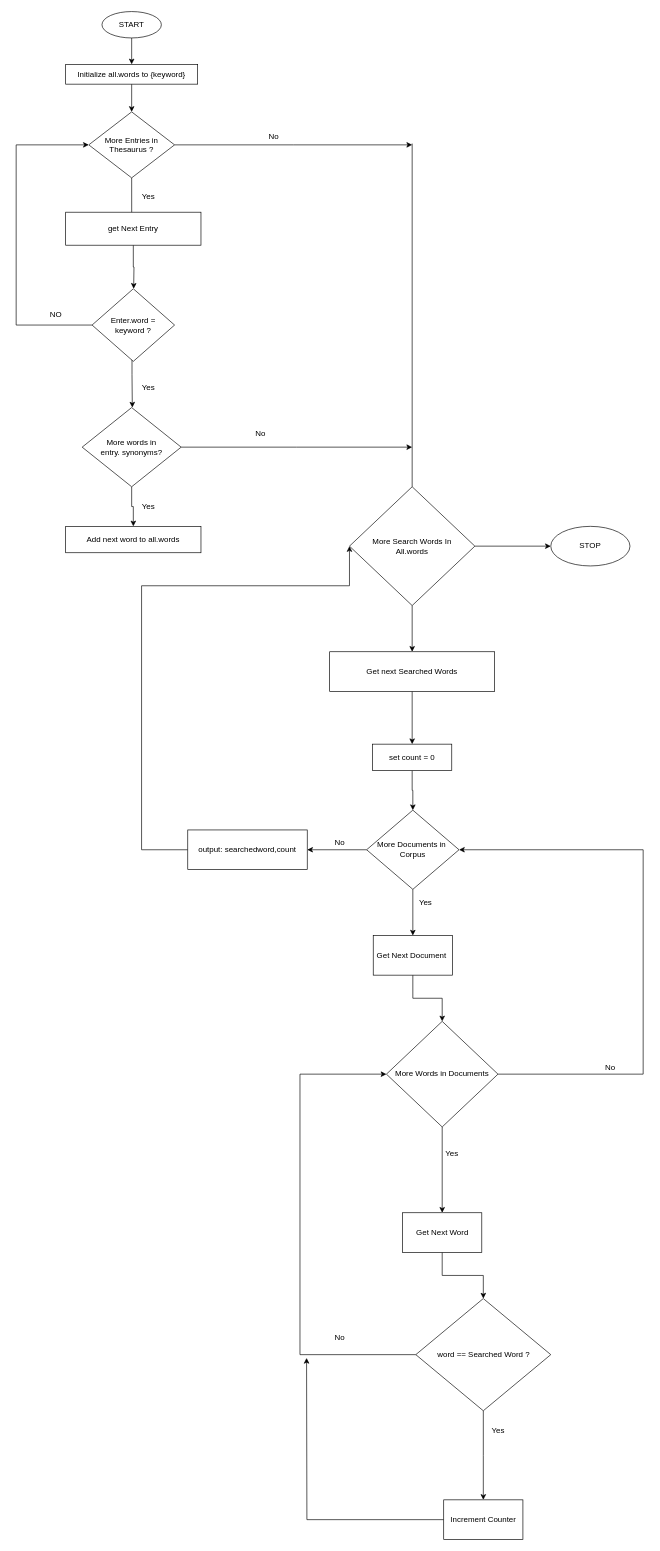
Above: Algo.drawio in KushKD/draw_io (draw.io), before the change. Source tidied: cells renumbered, new cells numbered last; positions are measured from the earlier drawing's top-left corner, leaving out a move shared by most shapes. Both pictures are drawn from the tidied source at 66%, with x=0, y=0 at pixel (16, 11).
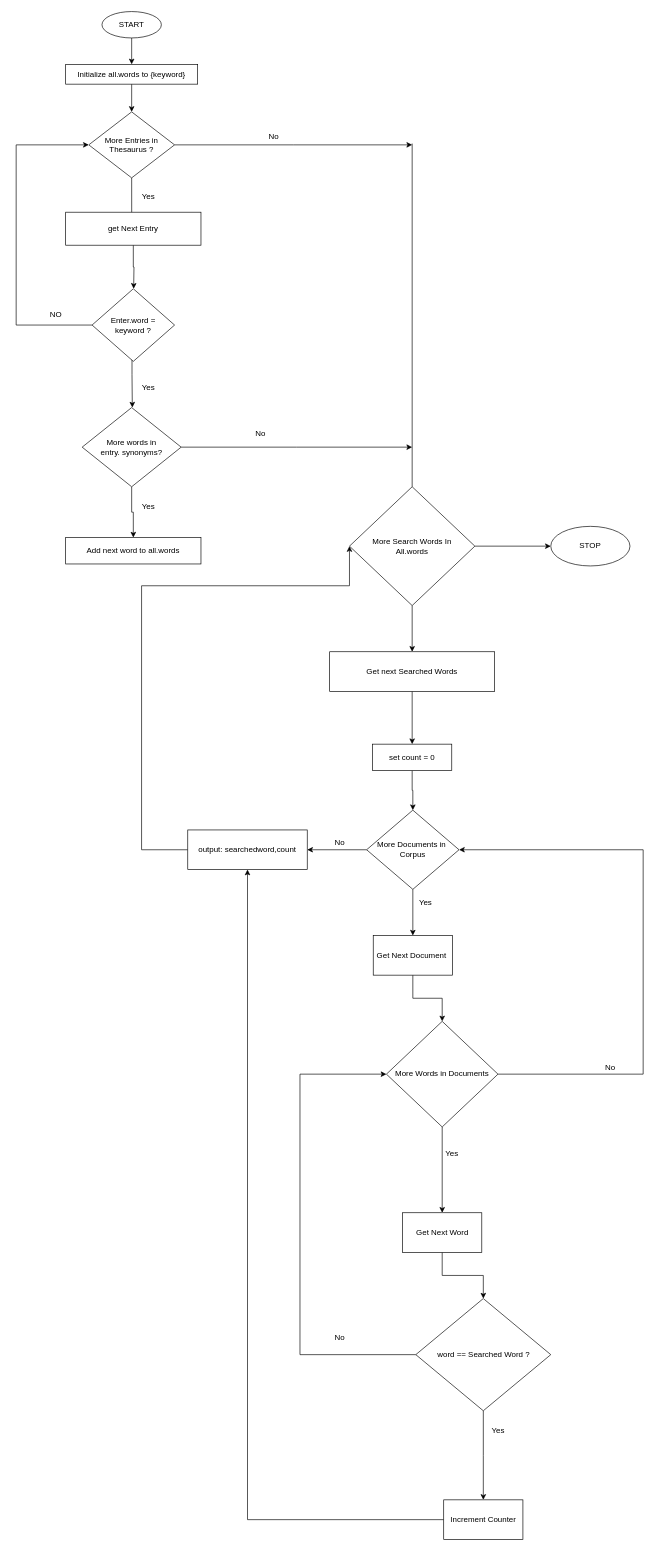
After the change.

Unchanged cells that the change refers to:
```xml
<mxCell id="18" value="More words in &lt;br&gt;entry. synonyms?" style="rhombus;whiteSpace=wrap;html=1;" parent="1" vertex="1">
  <mxGeometry x="100" y="600" width="150" height="120" as="geometry" />
</mxCell>
<mxCell id="37" value="output: searchedword,count" style="whiteSpace=wrap;html=1;" parent="1" vertex="1">
  <mxGeometry x="260" y="1240" width="181" height="60" as="geometry" />
</mxCell>
<mxCell id="53" value="Increment Counter" style="whiteSpace=wrap;html=1;" parent="1" vertex="1">
  <mxGeometry x="647.8" y="2255" width="120" height="60" as="geometry" />
</mxCell>
```

What changed in the source:
```diff
@@
+    <mxCell id="17" style="edgeStyle=orthogonalEdgeStyle;rounded=0;jettySize=auto;html=1;" parent="1" edge="1" source="18">
+      <mxGeometry relative="1" as="geometry">
+        <mxPoint x="600" y="660" as="targetPoint" />
+      </mxGeometry>
+    </mxCell>
-    <mxCell id="16" style="edgeStyle=orthogonalEdgeStyle;rounded=0;jettySize=auto;html=1;exitX=0.5;exitY=1;exitDx=0;exitDy=0;entryX=0.5;entryY=0;entryDx=0;entryDy=0;" parent="1" edge="1" source="18" target="20">
+    <mxCell id="16" style="edgeStyle=orthogonalEdgeStyle;rounded=0;jettySize=auto;html=1;exitX=0.5;exitY=1;exitDx=0;exitDy=0;" parent="1" edge="1" source="18" target="20">
       <mxGeometry relative="1" as="geometry" />
     </mxCell>
-    <mxCell id="17" style="edgeStyle=orthogonalEdgeStyle;rounded=0;jettySize=auto;html=1;" parent="1" edge="1" source="18">
-      <mxGeometry relative="1" as="geometry">
-        <mxPoint x="600" y="660" as="targetPoint" />
-      </mxGeometry>
-    </mxCell>
@@
     <mxCell id="20" value="Add next word to all.words" style="rounded=0;whiteSpace=wrap;html=1;" parent="1" vertex="1">
-      <mxGeometry x="75" y="780" width="205" height="40" as="geometry" />
+      <mxGeometry x="75" y="797" width="205" height="40" as="geometry" />
     </mxCell>
@@
-    <mxCell id="52" style="edgeStyle=orthogonalEdgeStyle;rounded=0;jettySize=auto;html=1;exitX=0;exitY=0.5;exitDx=0;exitDy=0;" parent="1" edge="1" source="53">
+    <mxCell id="52" style="edgeStyle=orthogonalEdgeStyle;rounded=0;jettySize=auto;html=1;exitX=0;exitY=0.5;exitDx=0;exitDy=0;entryX=0.5;entryY=1;entryDx=0;entryDy=0;" parent="1" edge="1" source="53" target="37">
       <mxGeometry relative="1" as="geometry">
-        <mxPoint x="440" y="2040" as="targetPoint" />
+        <Array as="points">
+          <mxPoint x="351" y="2285" />
+        </Array>
       </mxGeometry>
     </mxCell>
```
